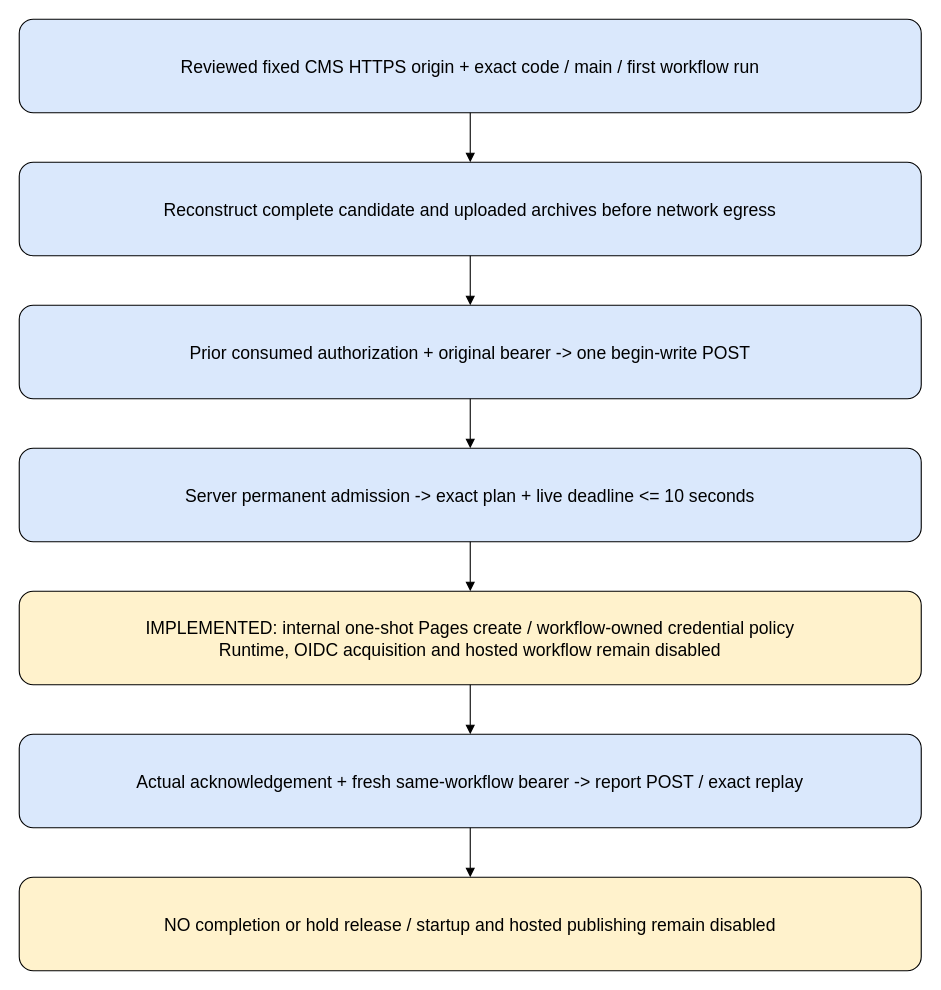
This is docs/diagrams/receiver-client-exchange.drawio from devalltect00/devalltect00.github.io, a draw.io file, before an edit. Source tidied: cells renumbered, new cells numbered last; positions are measured from the earlier drawing's top-left corner, leaving out a move shared by most shapes. Both pictures are drawn from the tidied source at 110%, with x=0, y=0 at pixel (19, 19).
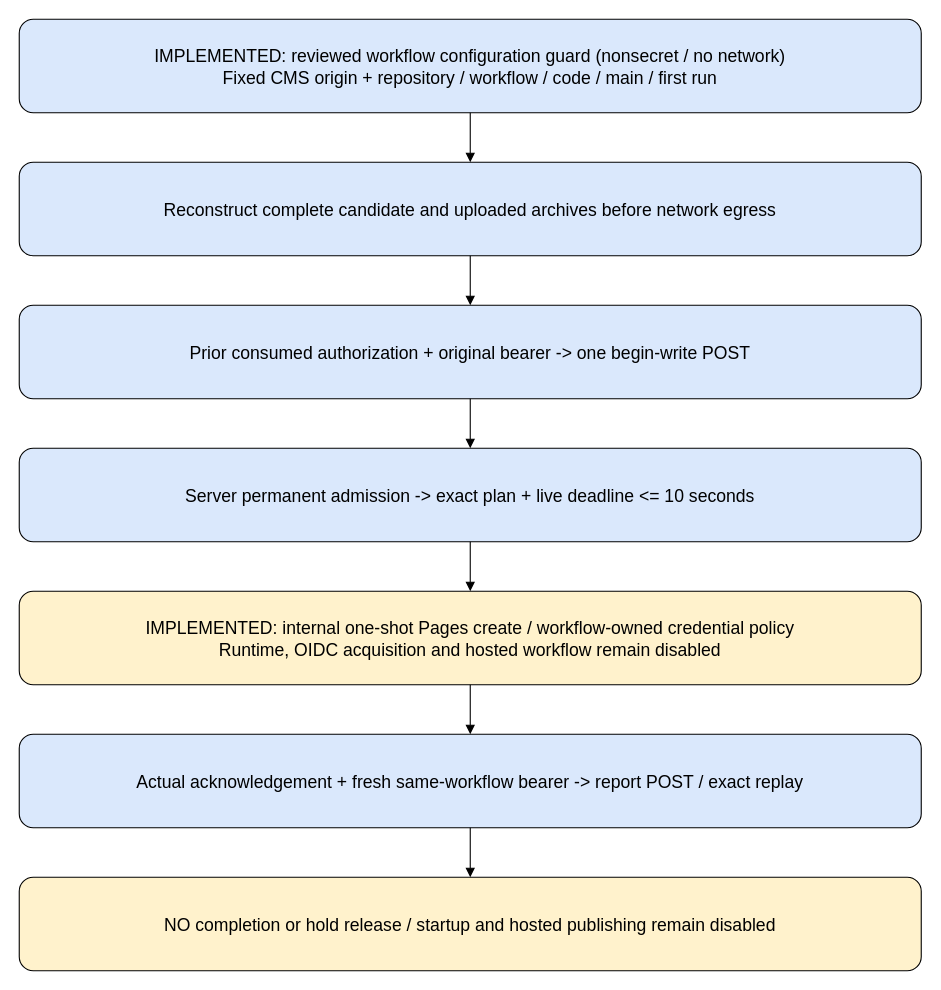
The same diagram, later.

Commit message (it also covers changes not shown here):
feat(publishing): validate reviewed deployment workflow configuration

What changed in the source:
```diff
@@
 <mxGraphModel>
   <root>
     <mxCell id="0" />
     <mxCell id="1" parent="0" />
-    <mxCell id="2" value="Reviewed fixed CMS HTTPS origin + exact code / main / first workflow run" style="rounded=1;whiteSpace=wrap;html=1;fillColor=#dae8fc;fontSize=16;" parent="1" vertex="1">
+    <mxCell id="2" value="IMPLEMENTED: reviewed workflow configuration guard (nonsecret / no network)&#10;Fixed CMS origin + repository / workflow / code / main / first run" style="rounded=1;whiteSpace=wrap;html=1;fillColor=#dae8fc;fontSize=16;" parent="1" vertex="1">
       <mxGeometry width="820" height="85" as="geometry" />
     </mxCell>
     <mxCell id="3" value="Reconstruct complete candidate and uploaded archives before network egress" style="rounded=1;whiteSpace=wrap;html=1;fillColor=#dae8fc;fontSize=16;" parent="1" vertex="1">
       <mxGeometry y="130" width="820" height="85" as="geometry" />
     </mxCell>
     <mxCell id="4" style="endArrow=block;" parent="1" edge="1" source="2" target="3">
       <mxGeometry relative="1" as="geometry" />
     </mxCell>
     <mxCell id="5" value="Prior consumed authorization + original bearer -&gt; one begin-write POST" style="rounded=1;whiteSpace=wrap;html=1;fillColor=#dae8fc;fontSize=16;" parent="1" vertex="1">
       <mxGeometry y="260" width="820" height="85" as="geometry" />
     </mxCell>
     <mxCell id="6" style="endArrow=block;" parent="1" edge="1" source="3" target="5">
       <mxGeometry relative="1" as="geometry" />
     </mxCell>
     <mxCell id="7" value="Server permanent admission -&gt; exact plan + live deadline &lt;= 10 seconds" style="rounded=1;whiteSpace=wrap;html=1;fillColor=#dae8fc;fontSize=16;" parent="1" vertex="1">
       <mxGeometry y="390" width="820" height="85" as="geometry" />
     </mxCell>
     <mxCell id="8" style="endArrow=block;" parent="1" edge="1" source="5" target="7">
       <mxGeometry relative="1" as="geometry" />
     </mxCell>
     <mxCell id="9" value="IMPLEMENTED: internal one-shot Pages create / workflow-owned credential policy&#10;Runtime, OIDC acquisition and hosted workflow remain disabled" style="rounded=1;whiteSpace=wrap;html=1;fillColor=#fff2cc;fontSize=16;" parent="1" vertex="1">
       <mxGeometry y="520" width="820" height="85" as="geometry" />
     </mxCell>
     <mxCell id="10" style="endArrow=block;" parent="1" edge="1" source="7" target="9">
       <mxGeometry relative="1" as="geometry" />
     </mxCell>
     <mxCell id="11" value="Actual acknowledgement + fresh same-workflow bearer -&gt; report POST / exact replay" style="rounded=1;whiteSpace=wrap;html=1;fillColor=#dae8fc;fontSize=16;" parent="1" vertex="1">
       <mxGeometry y="650" width="820" height="85" as="geometry" />
     </mxCell>
     <mxCell id="12" style="endArrow=block;" parent="1" edge="1" source="9" target="11">
       <mxGeometry relative="1" as="geometry" />
     </mxCell>
     <mxCell id="13" value="NO completion or hold release / startup and hosted publishing remain disabled" style="rounded=1;whiteSpace=wrap;html=1;fillColor=#fff2cc;fontSize=16;" parent="1" vertex="1">
       <mxGeometry y="780" width="820" height="85" as="geometry" />
     </mxCell>
     <mxCell id="14" style="endArrow=block;" parent="1" edge="1" source="11" target="13">
       <mxGeometry relative="1" as="geometry" />
     </mxCell>
   </root>
 </mxGraphModel>
```
